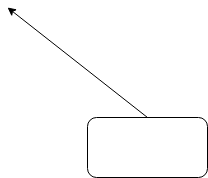
The draw.io diagram package- examination/img/layer.drawio.png in vermeer-1977-blog/blog-parts, before a commit. Source tidied: cells renumbered, new cells last; positions are measured from the earlier drawing's top-left corner, leaving out a move shared by most shapes.
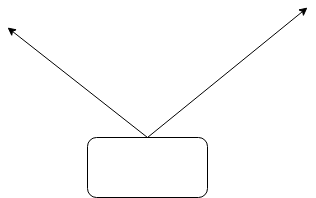
Later version of the same file.

Commit message:
draw.ioのお試し

Diff of the diagram source:
```diff
@@ -7,6 +7,11 @@
         <mxPoint as="targetPoint" />
       </mxGeometry>
     </mxCell>
+    <mxCell id="4" style="edgeStyle=none;html=1;exitX=0.5;exitY=0;exitDx=0;exitDy=0;" parent="1" edge="1" source="3">
+      <mxGeometry relative="1" as="geometry">
+        <mxPoint x="300" y="-20" as="targetPoint" />
+      </mxGeometry>
+    </mxCell>
     <mxCell id="3" style="rounded=1;whiteSpace=wrap;html=1;" parent="1" vertex="1">
       <mxGeometry x="80" y="110" width="120" height="60" as="geometry" />
     </mxCell>
```
